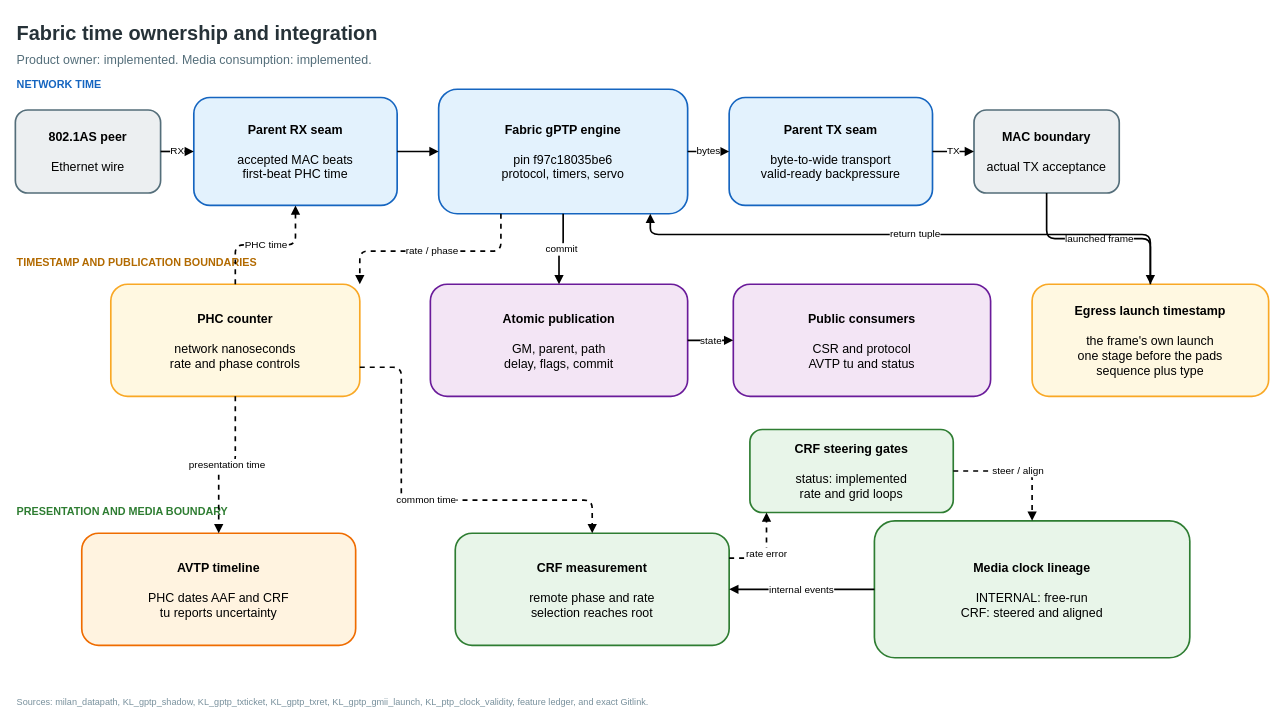
The draw.io diagram docs/diagrams/timesync_chain.drawio in kebag-logic/milan-fpga, before the edit. Source tidied: cells renumbered, new cells numbered last; positions are measured from the earlier drawing's top-left corner, leaving out a move shared by most shapes. Both pictures are drawn from the tidied source at 83%, with x=0, y=0 at pixel (15, 14).
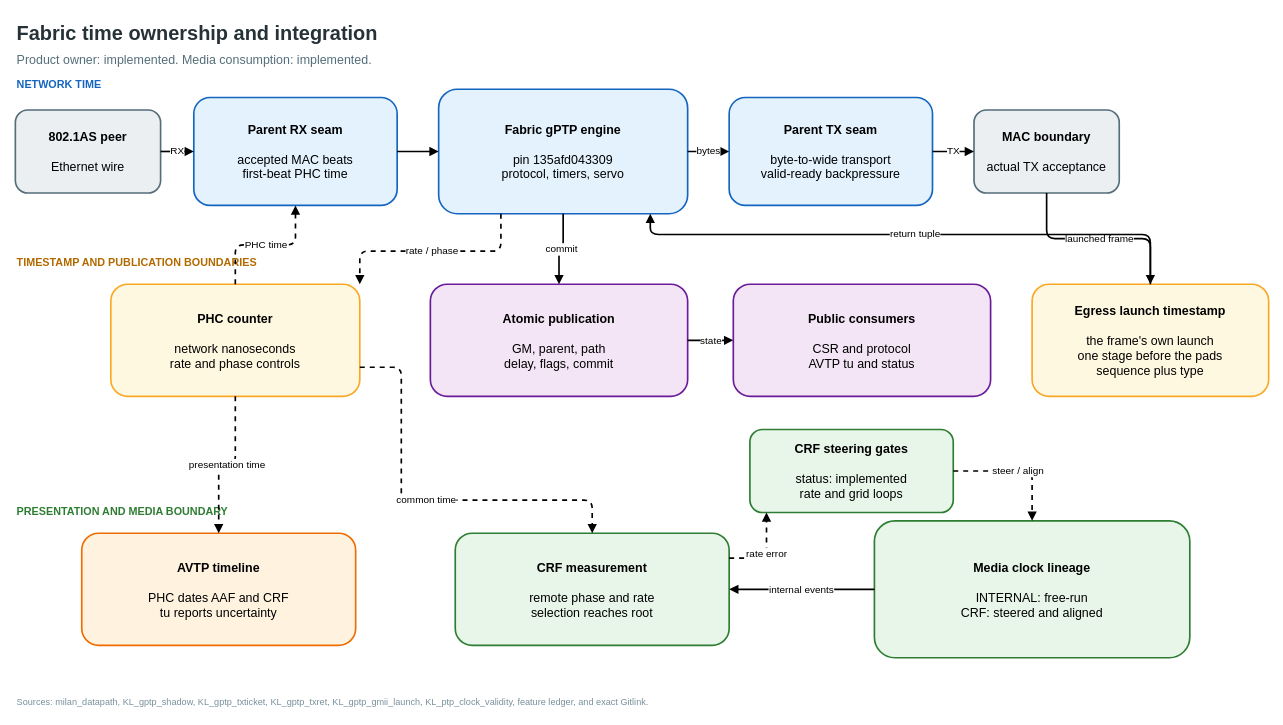
The same page after the edit.

Diff of the diagram source:
```diff
@@
-    <mxCell id="10" value="&lt;b&gt;Fabric gPTP engine&lt;/b&gt;&lt;br&gt;&lt;br&gt;pin f97c18035be6&lt;br&gt;protocol, timers, servo" style="rounded=1;whiteSpace=wrap;html=1;verticalAlign=middle;align=center;fontSize=15;strokeWidth=2;fillColor=#E3F2FD;strokeColor=#1565C0;" parent="1" vertex="1">
+    <mxCell id="10" value="&lt;b&gt;Fabric gPTP engine&lt;/b&gt;&lt;br&gt;&lt;br&gt;pin 135afd043309&lt;br&gt;protocol, timers, servo" style="rounded=1;whiteSpace=wrap;html=1;verticalAlign=middle;align=center;fontSize=15;strokeWidth=2;fillColor=#E3F2FD;strokeColor=#1565C0;" parent="1" vertex="1">
       <mxGeometry x="510" y="90" width="300" height="150" as="geometry" />
     </mxCell>
```
